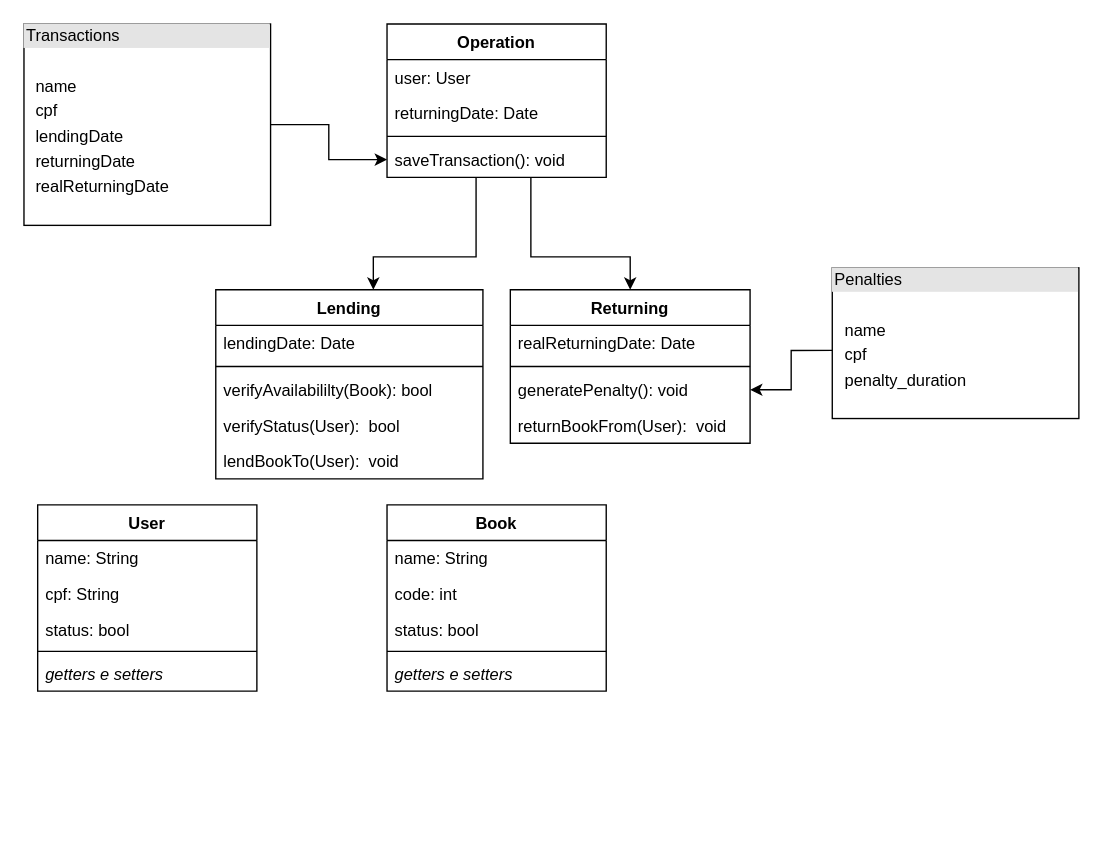
Earlier version of the draw.io diagram diagrama_biblioteca.drawio (psdsantos/biblioteca). Source tidied: cells renumbered, new cells numbered last; positions are measured from the earlier drawing's top-left corner, leaving out a move shared by most shapes. Both pictures are drawn from the tidied source at 137%, with x=0, y=0 at pixel (23, 23).
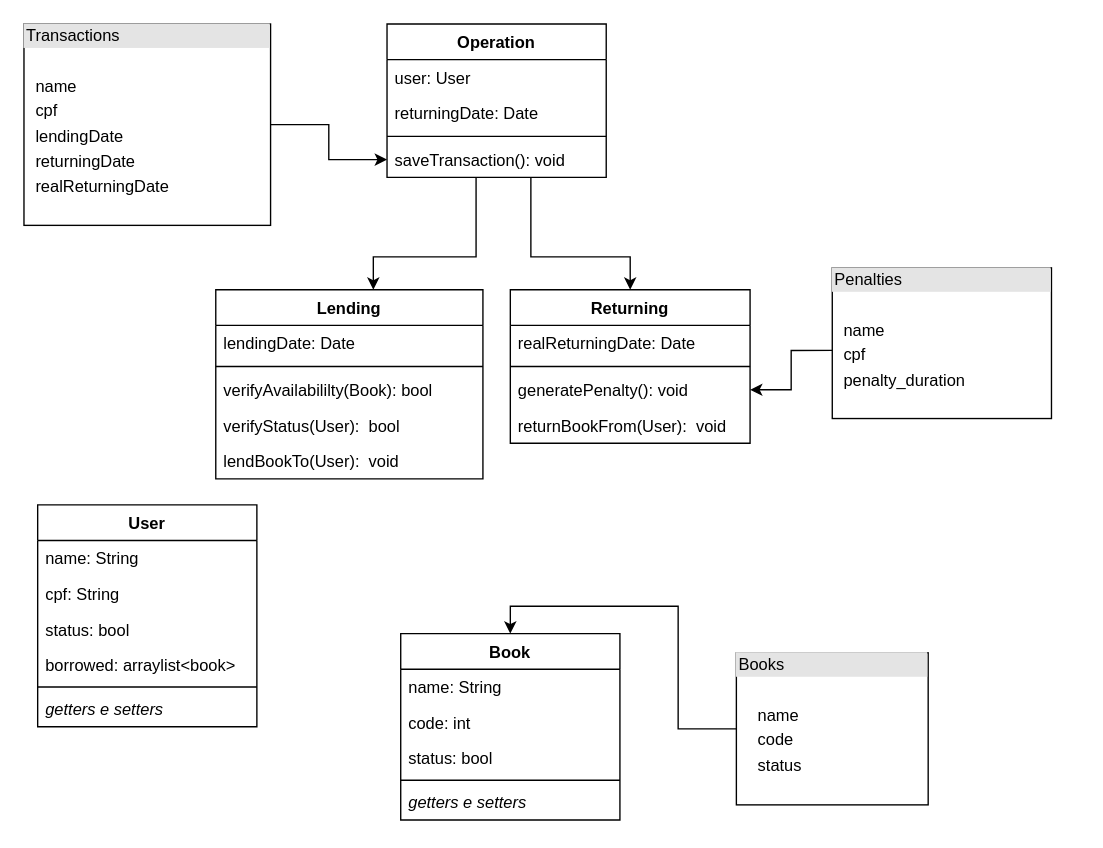
The same diagram, later.

Change to the diagram source:
```diff
@@
     <mxCell id="2" value="User" style="swimlane;fontStyle=1;align=center;verticalAlign=top;horizontal=1;startSize=26;" parent="1" vertex="1">
-      <mxGeometry x="10" y="351" width="160" height="136" as="geometry" />
+      <mxGeometry x="10" y="351" width="160" height="162" as="geometry" />
     </mxCell>
-    <mxCell id="3" value="name: String" style="text;strokeColor=none;fillColor=none;align=left;verticalAlign=top;spacingLeft=4;spacingRight=4;overflow=hidden;" parent="2" vertex="1">
-      <mxGeometry y="26" width="160" height="26" as="geometry" />
-    </mxCell>
+    <mxCell id="36" value="name: String" style="text;strokeColor=none;fillColor=none;align=left;verticalAlign=top;spacingLeft=4;spacingRight=4;overflow=hidden;" parent="2" vertex="1">
+      <mxGeometry y="26" width="160" height="26" as="geometry" />
+    </mxCell>
@@
-    <mxCell id="5" value="status: bool" style="text;strokeColor=none;fillColor=none;align=left;verticalAlign=top;spacingLeft=4;spacingRight=4;overflow=hidden;" parent="2" vertex="1">
-      <mxGeometry y="78" width="160" height="26" as="geometry" />
-    </mxCell>
-    <mxCell id="6" style="line;strokeWidth=1;fillColor=none;align=left;verticalAlign=middle;spacingTop=-1;spacingLeft=3;spacingRight=3;labelPosition=right;" parent="2" vertex="1">
-      <mxGeometry y="104" width="160" height="6" as="geometry" />
-    </mxCell>
-    <mxCell id="7" value="getters e setters" style="text;strokeColor=none;fillColor=none;align=left;verticalAlign=top;spacingLeft=4;spacingRight=4;overflow=hidden;fontStyle=2;" parent="2" vertex="1">
-      <mxGeometry y="110" width="160" height="26" as="geometry" />
-    </mxCell>
+    <mxCell id="37" value="status: bool" style="text;strokeColor=none;fillColor=none;align=left;verticalAlign=top;spacingLeft=4;spacingRight=4;overflow=hidden;" parent="2" vertex="1">
+      <mxGeometry y="78" width="160" height="26" as="geometry" />
+    </mxCell>
+    <mxCell id="38" value="borrowed: arraylist&lt;book&gt;" style="text;strokeColor=none;fillColor=none;align=left;verticalAlign=top;spacingLeft=4;spacingRight=4;overflow=hidden;" parent="2" vertex="1">
+      <mxGeometry y="104" width="160" height="26" as="geometry" />
+    </mxCell>
+    <mxCell id="39" style="line;strokeWidth=1;fillColor=none;align=left;verticalAlign=middle;spacingTop=-1;spacingLeft=3;spacingRight=3;labelPosition=right;" parent="2" vertex="1">
+      <mxGeometry y="130" width="160" height="6" as="geometry" />
+    </mxCell>
+    <mxCell id="40" value="getters e setters" style="text;strokeColor=none;fillColor=none;align=left;verticalAlign=top;spacingLeft=4;spacingRight=4;overflow=hidden;fontStyle=2;" parent="2" vertex="1">
+      <mxGeometry y="136" width="160" height="26" as="geometry" />
+    </mxCell>
@@
     <mxCell id="26" value="Book" style="swimlane;fontStyle=1;align=center;verticalAlign=top;horizontal=1;startSize=26;" parent="1" vertex="1">
-      <mxGeometry x="265" y="351" width="160" height="136" as="geometry" />
+      <mxGeometry x="275" y="445" width="160" height="136" as="geometry" />
     </mxCell>
-    <mxCell id="27" value="name: String" style="text;strokeColor=none;fillColor=none;align=left;verticalAlign=top;spacingLeft=4;spacingRight=4;overflow=hidden;" parent="26" vertex="1">
-      <mxGeometry y="26" width="160" height="26" as="geometry" />
-    </mxCell>
+    <mxCell id="41" value="name: String" style="text;strokeColor=none;fillColor=none;align=left;verticalAlign=top;spacingLeft=4;spacingRight=4;overflow=hidden;" parent="26" vertex="1">
+      <mxGeometry y="26" width="160" height="26" as="geometry" />
+    </mxCell>
@@
-    <mxCell id="29" value="status: bool" style="text;strokeColor=none;fillColor=none;align=left;verticalAlign=top;spacingLeft=4;spacingRight=4;overflow=hidden;" parent="26" vertex="1">
-      <mxGeometry y="78" width="160" height="26" as="geometry" />
-    </mxCell>
-    <mxCell id="30" style="line;strokeWidth=1;fillColor=none;align=left;verticalAlign=middle;spacingTop=-1;spacingLeft=3;spacingRight=3;labelPosition=right;" parent="26" vertex="1">
-      <mxGeometry y="104" width="160" height="6" as="geometry" />
-    </mxCell>
-    <mxCell id="31" value="getters e setters" style="text;strokeColor=none;fillColor=none;align=left;verticalAlign=top;spacingLeft=4;spacingRight=4;overflow=hidden;fontStyle=2;" parent="26" vertex="1">
-      <mxGeometry y="110" width="160" height="26" as="geometry" />
-    </mxCell>
+    <mxCell id="42" value="status: bool" style="text;strokeColor=none;fillColor=none;align=left;verticalAlign=top;spacingLeft=4;spacingRight=4;overflow=hidden;" parent="26" vertex="1">
+      <mxGeometry y="78" width="160" height="26" as="geometry" />
+    </mxCell>
+    <mxCell id="43" style="line;strokeWidth=1;fillColor=none;align=left;verticalAlign=middle;spacingTop=-1;spacingLeft=3;spacingRight=3;labelPosition=right;" parent="26" vertex="1">
+      <mxGeometry y="104" width="160" height="6" as="geometry" />
+    </mxCell>
+    <mxCell id="44" value="getters e setters" style="text;strokeColor=none;fillColor=none;align=left;verticalAlign=top;spacingLeft=4;spacingRight=4;overflow=hidden;fontStyle=2;" parent="26" vertex="1">
+      <mxGeometry y="110" width="160" height="26" as="geometry" />
+    </mxCell>
@@
     <mxCell id="35" value="&lt;div style=&quot;box-sizing: border-box ; width: 100% ; background: #e4e4e4 ; padding: 2px&quot;&gt;Penalties&lt;/div&gt;&lt;table style=&quot;width: 100% ; font-size: 1em&quot; cellpadding=&quot;2&quot; cellspacing=&quot;0&quot;&gt;&lt;tbody&gt;&lt;tr&gt;&lt;td&gt;&lt;br&gt;&lt;/td&gt;&lt;td&gt;&lt;br&gt;&lt;/td&gt;&lt;/tr&gt;&lt;tr&gt;&lt;td&gt;&lt;br&gt;&lt;/td&gt;&lt;td&gt;name&lt;br&gt;&lt;/td&gt;&lt;/tr&gt;&lt;tr&gt;&lt;td&gt;&lt;br&gt;&lt;/td&gt;&lt;td&gt;cpf&lt;/td&gt;&lt;/tr&gt;&lt;tr&gt;&lt;td&gt;&lt;br&gt;&lt;/td&gt;&lt;td&gt;penalty_duration&lt;br&gt;&lt;/td&gt;&lt;/tr&gt;&lt;tr&gt;&lt;td&gt;&lt;br&gt;&lt;/td&gt;&lt;td&gt;&lt;br&gt;&lt;/td&gt;&lt;/tr&gt;&lt;/tbody&gt;&lt;/table&gt;" style="verticalAlign=top;align=left;overflow=fill;html=1;" parent="1" vertex="1">
-      <mxGeometry x="590" y="178" width="180" height="110" as="geometry" />
+      <mxGeometry x="590" y="178" width="160" height="110" as="geometry" />
     </mxCell>
+    <mxCell id="45" style="edgeStyle=orthogonalEdgeStyle;rounded=0;jettySize=auto;html=1;entryX=0.5;entryY=0;entryDx=0;entryDy=0;" parent="1" edge="1" source="46" target="26">
+      <mxGeometry relative="1" as="geometry" />
+    </mxCell>
+    <mxCell id="46" value="&lt;div style=&quot;box-sizing: border-box ; width: 100% ; background: #e4e4e4 ; padding: 2px&quot;&gt;Books&lt;/div&gt;&lt;table style=&quot;width: 100% ; font-size: 1em&quot; cellpadding=&quot;2&quot; cellspacing=&quot;0&quot;&gt;&lt;tbody&gt;&lt;tr&gt;&lt;td&gt;&lt;br&gt;&lt;/td&gt;&lt;td&gt;&lt;/td&gt;&lt;/tr&gt;&lt;tr&gt;&lt;td&gt;&lt;br&gt;&lt;/td&gt;&lt;td&gt;name&lt;/td&gt;&lt;/tr&gt;&lt;tr&gt;&lt;td&gt;&lt;/td&gt;&lt;td&gt;code&lt;br&gt;&lt;/td&gt;&lt;/tr&gt;&lt;tr&gt;&lt;td&gt;&lt;br&gt;&lt;/td&gt;&lt;td&gt;status&lt;/td&gt;&lt;/tr&gt;&lt;/tbody&gt;&lt;/table&gt;" style="verticalAlign=top;align=left;overflow=fill;html=1;" parent="1" vertex="1">
+      <mxGeometry x="520" y="459" width="140" height="111" as="geometry" />
+    </mxCell>
```
